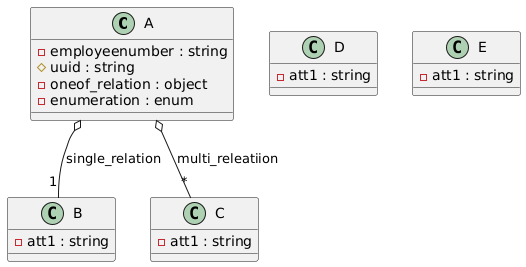
Before: diagram.png, a diagram exported from PlantUML (avzdk/openapi2uml).
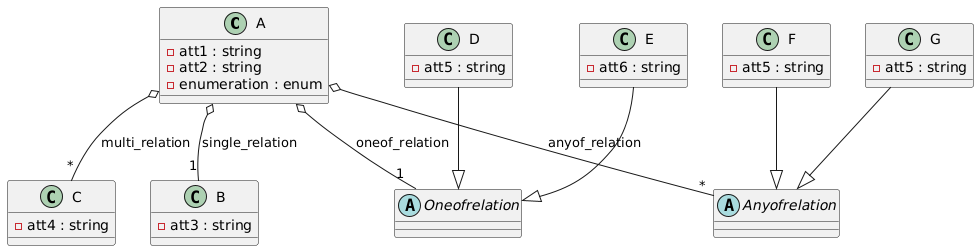
Later version of the same file.

Commit message:
AnyOF og OneOf fjernet fra attributlisten

The edit, as a diff of the source:
```diff
@@ -1,22 +1,37 @@
 @startuml
 class A {
-    -employeenumber : string
-    #uuid : string
-    -oneof_relation : object
+    -att1 : string
+    -att2 : string
     -enumeration : enum
 }
 class B {
-    -att1 : string
+    -att3 : string
 }
 class C {
-    -att1 : string
+    -att4 : string
 }
 class D {
-    -att1 : string
+    -att5 : string
 }
 class E {
-    -att1 : string
+    -att6 : string
+}
+class F {
+    -att5 : string
+}
+class G {
+    -att5 : string
+}
+abstract class Oneofrelation {
+}
+abstract class Anyofrelation {
 }
 A o-- "1" B : single_relation
-A o-- "*" C : multi_releatiion
+A o-- "*" C : multi_relation
+A o-- "1" Oneofrelation : oneof_relation
+D --|> Oneofrelation
+E --|> Oneofrelation
+A o-- "*" Anyofrelation : anyof_relation
+F --|> Anyofrelation
+G --|> Anyofrelation
 @enduml
```
